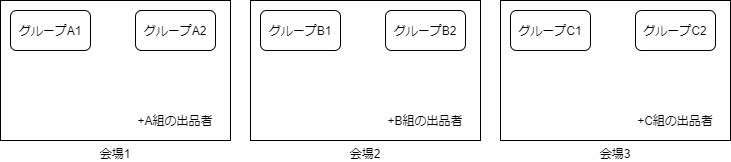
The draw.io diagram 2022茨城大ゲーミング/全資料/pictures/class2.drawio.dio.png in oyamadashin/remote, before a commit. Source tidied: cells renumbered, new cells last; positions are measured from the earlier drawing's top-left corner, leaving out a move shared by most shapes.
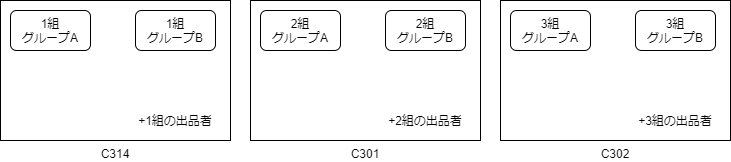
After the commit.

The edit, as a diff of the source:
```diff
@@ -2,40 +2,40 @@
   <root>
     <mxCell id="0" />
     <mxCell id="1" parent="0" />
-    <mxCell id="2" value="会場1" style="rounded=0;whiteSpace=wrap;html=1;labelPosition=center;verticalLabelPosition=bottom;align=center;verticalAlign=top;" parent="1" vertex="1">
+    <mxCell id="2" value="C314" style="rounded=0;whiteSpace=wrap;html=1;labelPosition=center;verticalLabelPosition=bottom;align=center;verticalAlign=top;" parent="1" vertex="1">
       <mxGeometry width="230" height="140" as="geometry" />
     </mxCell>
-    <mxCell id="3" value="グループA1" style="rounded=1;whiteSpace=wrap;html=1;" parent="1" vertex="1">
+    <mxCell id="3" value="1組&lt;br&gt;グループA" style="rounded=1;whiteSpace=wrap;html=1;" parent="1" vertex="1">
       <mxGeometry x="10" y="10" width="80" height="40" as="geometry" />
     </mxCell>
-    <mxCell id="4" value="グループA2" style="rounded=1;whiteSpace=wrap;html=1;" parent="1" vertex="1">
+    <mxCell id="4" value="1組&lt;br&gt;グループB" style="rounded=1;whiteSpace=wrap;html=1;" parent="1" vertex="1">
       <mxGeometry x="135" y="10" width="80" height="40" as="geometry" />
     </mxCell>
-    <mxCell id="5" value="+A組の出品者" style="text;html=1;strokeColor=none;fillColor=none;align=center;verticalAlign=middle;whiteSpace=wrap;rounded=0;" parent="1" vertex="1">
+    <mxCell id="5" value="+1組の出品者" style="text;html=1;strokeColor=none;fillColor=none;align=center;verticalAlign=middle;whiteSpace=wrap;rounded=0;" parent="1" vertex="1">
       <mxGeometry x="120" y="110" width="110" height="20" as="geometry" />
     </mxCell>
-    <mxCell id="6" value="会場2" style="rounded=0;whiteSpace=wrap;html=1;labelPosition=center;verticalLabelPosition=bottom;align=center;verticalAlign=top;" parent="1" vertex="1">
+    <mxCell id="6" value="C301" style="rounded=0;whiteSpace=wrap;html=1;labelPosition=center;verticalLabelPosition=bottom;align=center;verticalAlign=top;" parent="1" vertex="1">
       <mxGeometry x="250" width="230" height="140" as="geometry" />
     </mxCell>
-    <mxCell id="7" value="グループB1" style="rounded=1;whiteSpace=wrap;html=1;" parent="1" vertex="1">
+    <mxCell id="7" value="2組&lt;br&gt;グループA" style="rounded=1;whiteSpace=wrap;html=1;" parent="1" vertex="1">
       <mxGeometry x="260" y="10" width="80" height="40" as="geometry" />
     </mxCell>
-    <mxCell id="8" value="グループB2" style="rounded=1;whiteSpace=wrap;html=1;" parent="1" vertex="1">
+    <mxCell id="8" value="2組&lt;br&gt;グループB" style="rounded=1;whiteSpace=wrap;html=1;" parent="1" vertex="1">
       <mxGeometry x="385" y="10" width="80" height="40" as="geometry" />
     </mxCell>
-    <mxCell id="9" value="+B組の出品者" style="text;html=1;strokeColor=none;fillColor=none;align=center;verticalAlign=middle;whiteSpace=wrap;rounded=0;" parent="1" vertex="1">
+    <mxCell id="9" value="+2組の出品者" style="text;html=1;strokeColor=none;fillColor=none;align=center;verticalAlign=middle;whiteSpace=wrap;rounded=0;" parent="1" vertex="1">
       <mxGeometry x="370" y="110" width="110" height="20" as="geometry" />
     </mxCell>
-    <mxCell id="10" value="会場3" style="rounded=0;whiteSpace=wrap;html=1;labelPosition=center;verticalLabelPosition=bottom;align=center;verticalAlign=top;" parent="1" vertex="1">
+    <mxCell id="10" value="C302" style="rounded=0;whiteSpace=wrap;html=1;labelPosition=center;verticalLabelPosition=bottom;align=center;verticalAlign=top;" parent="1" vertex="1">
       <mxGeometry x="500" width="230" height="140" as="geometry" />
     </mxCell>
-    <mxCell id="11" value="グループC1" style="rounded=1;whiteSpace=wrap;html=1;" parent="1" vertex="1">
+    <mxCell id="11" value="3組&lt;br&gt;グループA" style="rounded=1;whiteSpace=wrap;html=1;" parent="1" vertex="1">
       <mxGeometry x="510" y="10" width="80" height="40" as="geometry" />
     </mxCell>
-    <mxCell id="12" value="グループC2" style="rounded=1;whiteSpace=wrap;html=1;" parent="1" vertex="1">
+    <mxCell id="12" value="3組&lt;br&gt;グループB" style="rounded=1;whiteSpace=wrap;html=1;" parent="1" vertex="1">
       <mxGeometry x="635" y="10" width="80" height="40" as="geometry" />
     </mxCell>
-    <mxCell id="13" value="+C組の出品者" style="text;html=1;strokeColor=none;fillColor=none;align=center;verticalAlign=middle;whiteSpace=wrap;rounded=0;" parent="1" vertex="1">
+    <mxCell id="13" value="+3組の出品者" style="text;html=1;strokeColor=none;fillColor=none;align=center;verticalAlign=middle;whiteSpace=wrap;rounded=0;" parent="1" vertex="1">
       <mxGeometry x="620" y="110" width="110" height="20" as="geometry" />
     </mxCell>
   </root>
```
